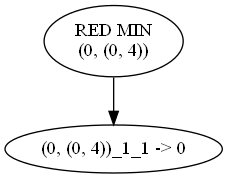
The Graphviz diagram root.dot.png in Ja-Kuba/cw3_MinMax, before a commit. Its source is kept beside it as root.dot.
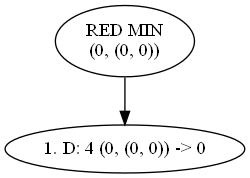
The same diagram one commit later.

What changed in the source:
```diff
@@ -1,7 +1,7 @@
 digraph tree {
     "RED MIN
-(0, (0, 4))";
-    "(0, (0, 4))_1_1 -> 0";
+(0, (0, 0))";
+    "1. D: 4 (0, (0, 0)) -> 0";
     "RED MIN
-(0, (0, 4))" -> "(0, (0, 4))_1_1 -> 0";
+(0, (0, 0))" -> "1. D: 4 (0, (0, 0)) -> 0";
 }
```
